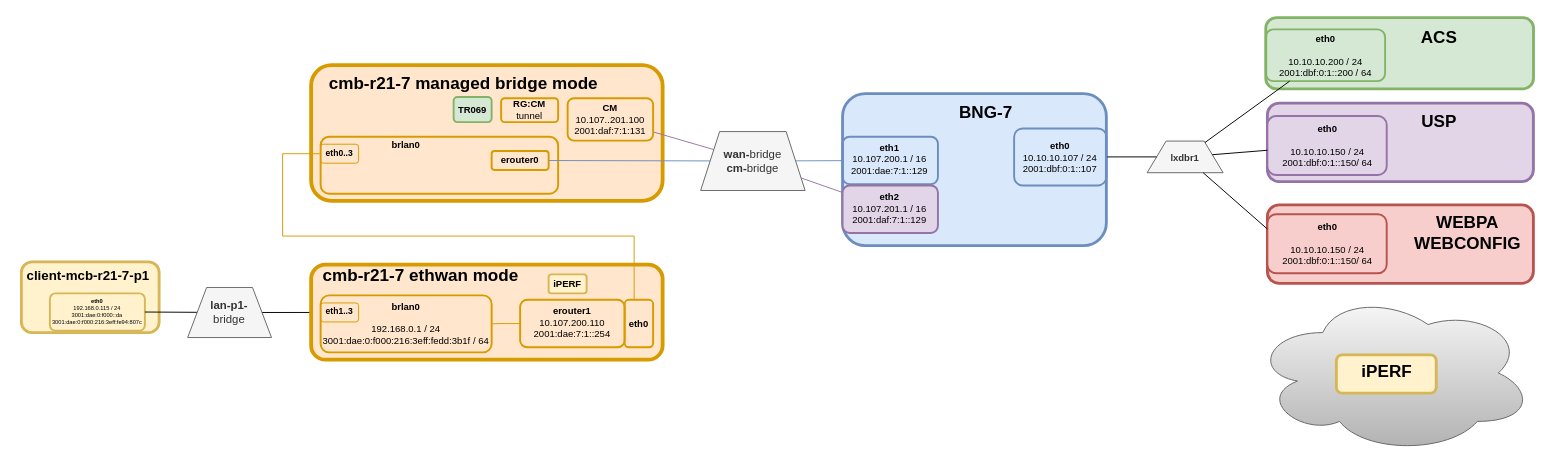
Earlier version of the draw.io diagram page "Page-2" (2 of 2) of drawio/containers.drawio (robvogelaar/robvogelaar.github.io). Source tidied: cells renumbered, new cells numbered last; positions are measured from the earlier drawing's top-left corner, leaving out a move shared by most shapes. Both pictures are drawn from the tidied source at 95%, with x=0, y=0 at pixel (16, 17).
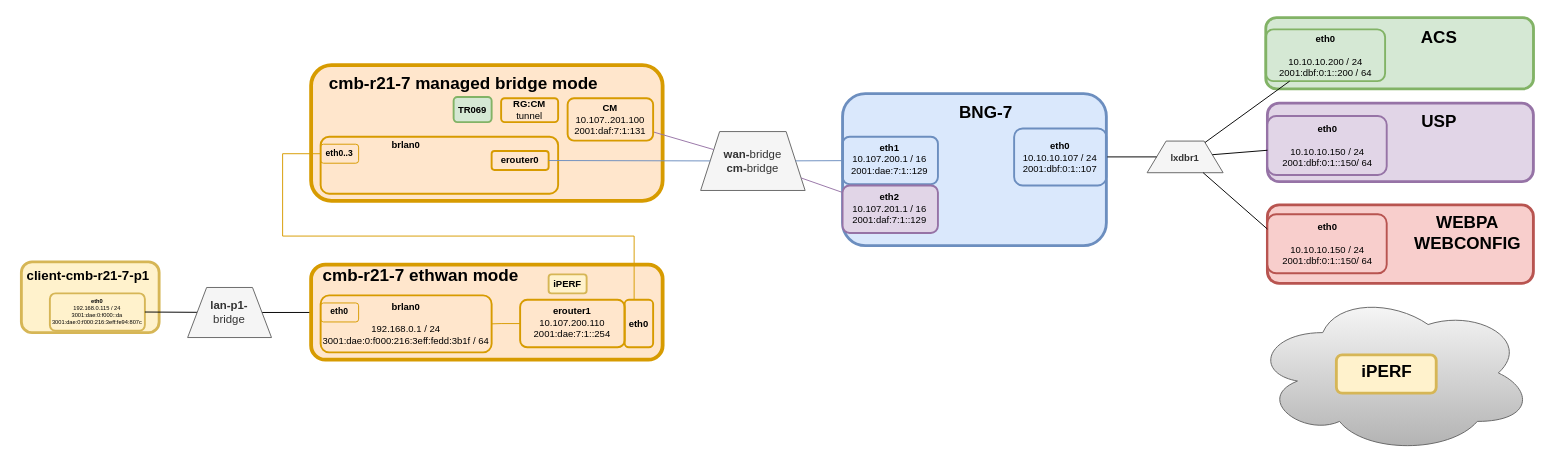
Above is the later version.

Change to the diagram source:
```diff
@@
-    <mxCell id="29" value="&lt;b style=&quot;font-size: 14px;&quot;&gt;client-mcb-r21-7-p1&lt;/b&gt;" style="text;html=1;align=center;verticalAlign=middle;strokeColor=none;fillColor=none;fontSize=14;fontStyle=0;" parent="1" vertex="1">
+    <mxCell id="29" value="&lt;b style=&quot;font-size: 14px;&quot;&gt;client-cmb-r21-7-p1&lt;/b&gt;" style="text;html=1;align=center;verticalAlign=middle;strokeColor=none;fillColor=none;fontSize=14;fontStyle=0;" parent="1" vertex="1">
       <mxGeometry y="257.1" width="150" height="30" as="geometry" />
     </mxCell>
@@
-    <mxCell id="42" value="&lt;b style=&quot;font-size: 9px;&quot;&gt;eth1..3&lt;/b&gt;" style="rounded=1;whiteSpace=wrap;html=1;fillColor=none;strokeColor=#d79b00;fontSize=9;" parent="1" vertex="1">
+    <mxCell id="42" value="&lt;b style=&quot;font-size: 9px;&quot;&gt;eth0&lt;/b&gt;" style="rounded=1;whiteSpace=wrap;html=1;fillColor=none;strokeColor=#d79b00;fontSize=9;" parent="1" vertex="1">
       <mxGeometry x="320" y="300.4" width="40" height="20" as="geometry" />
     </mxCell>
```
